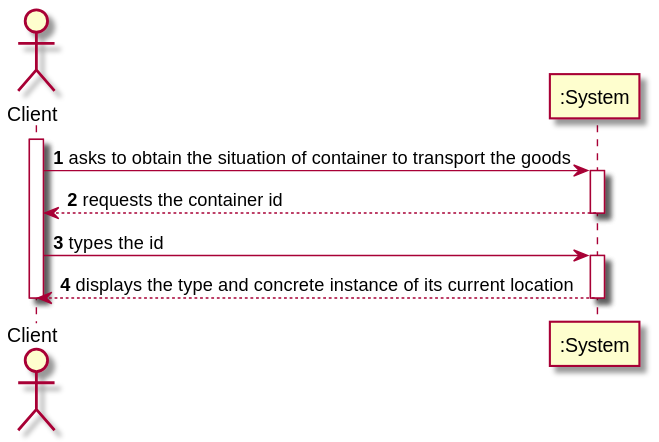
ana-albergaria/LAPR3-ISEP keeps this PlantUML diagram as docs/US204/US204_SSD.svg. Above is the earlier version.
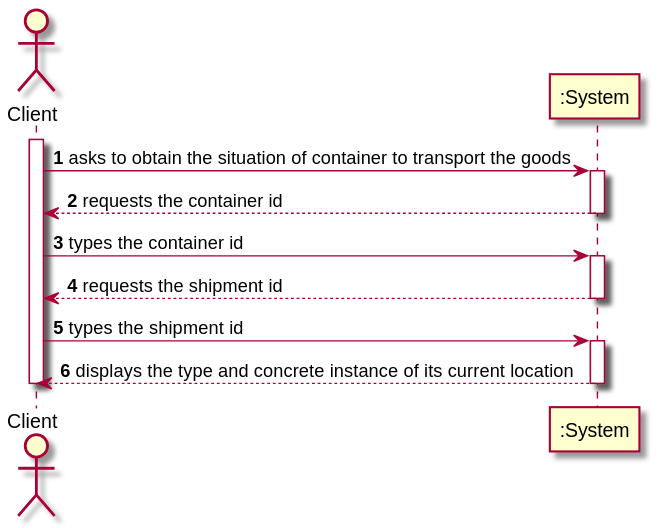
Later version of the same file.

The edit, as a diff of the source:
```diff
@@ -1,5 +1,4 @@
 @startuml
-
 autonumber
 actor Client as C
 
@@ -8,7 +7,11 @@
 activate ":System"
 ":System" --> C : requests the container id
 deactivate ":System"
-C -> ":System" : types the id
+C -> ":System" : types the container id
+activate ":System"
+":System" --> C : requests the shipment id
+deactivate ":System"
+C -> ":System" : types the shipment id
 activate ":System"
 ":System" --> C : displays the type and concrete instance of its current location
 deactivate ":System"
```
